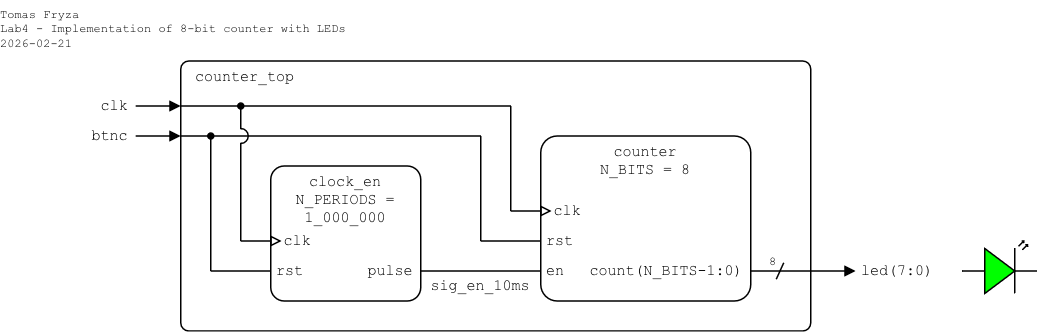
Earlier version of the draw.io export lab4-counter/images/top-level_ver1.png (tomas-fryza/vhdl-examples). Source tidied: cells renumbered, new cells last; positions are measured from the earlier drawing's top-left corner, leaving out a move shared by most shapes.
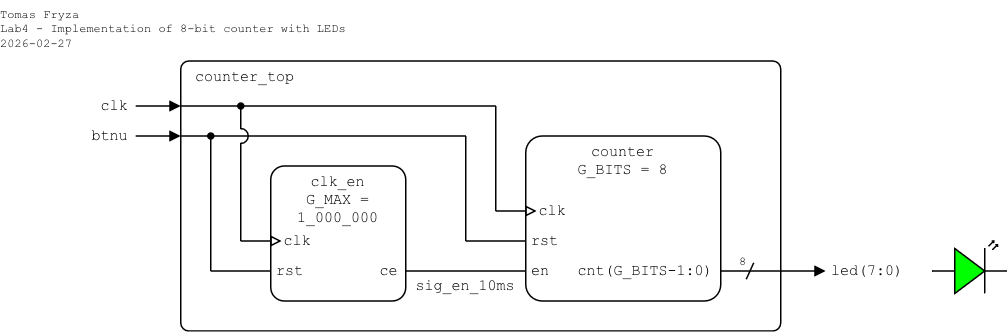
After the commit.

The edit, as a diff of the source:
```diff
@@ -3,153 +3,153 @@
     <mxCell id="0" />
     <mxCell id="1" parent="0" />
     <mxCell id="2" value="counter_top" style="rounded=1;arcSize=3;whiteSpace=wrap;html=1;align=left;verticalAlign=top;fontFamily=Courier New;absoluteArcSize=0;fillColor=none;fontSize=10;spacingLeft=10;imageHeight=24;spacing=0;" parent="1" vertex="1">
-      <mxGeometry x="120" y="40" width="420" height="180" as="geometry" />
+      <mxGeometry x="120" y="120" width="400" height="180" as="geometry" />
     </mxCell>
     <mxCell id="3" style="endArrow=none;html=1;rounded=0;endFill=1;endSize=5;startSize=5;startFill=0;" parent="1" edge="1">
       <mxGeometry relative="1" as="geometry">
-        <mxPoint x="120" y="90" as="sourcePoint" />
-        <mxPoint x="320" y="90" as="targetPoint" />
+        <mxPoint x="120" y="170" as="sourcePoint" />
+        <mxPoint x="310" y="170" as="targetPoint" />
       </mxGeometry>
     </mxCell>
     <mxCell id="4" style="endArrow=block;html=1;rounded=0;endFill=1;endSize=5;startSize=5;" parent="1" edge="1">
       <mxGeometry relative="1" as="geometry">
-        <mxPoint x="90" y="90" as="sourcePoint" />
-        <mxPoint x="120" y="90" as="targetPoint" />
+        <mxPoint x="90" y="170" as="sourcePoint" />
+        <mxPoint x="120" y="170" as="targetPoint" />
       </mxGeometry>
     </mxCell>
-    <mxCell id="5" value="&lt;div align=&quot;right&quot;&gt;btnc&lt;/div&gt;" style="text;html=1;align=right;verticalAlign=middle;whiteSpace=wrap;rounded=0;fontFamily=Courier New;fontSize=10;fillOpacity=100;spacing=0;spacingLeft=0;spacingRight=5;" parent="1" vertex="1">
-      <mxGeometry x="50" y="80" width="39.6" height="20" as="geometry" />
+    <mxCell id="5" value="&lt;div align=&quot;right&quot;&gt;btnu&lt;/div&gt;" style="text;html=1;align=right;verticalAlign=middle;whiteSpace=wrap;rounded=0;fontFamily=Courier New;fontSize=10;fillOpacity=100;spacing=0;spacingLeft=0;spacingRight=5;" parent="1" vertex="1">
+      <mxGeometry x="50" y="160" width="39.6" height="20" as="geometry" />
     </mxCell>
     <mxCell id="6" style="endArrow=none;html=1;rounded=0;startArrow=none;startFill=0;endSize=4;startSize=4;" parent="1" edge="1">
       <mxGeometry relative="1" as="geometry">
-        <mxPoint x="340" y="140" as="sourcePoint" />
-        <mxPoint x="340" y="70" as="targetPoint" />
+        <mxPoint x="330" y="220" as="sourcePoint" />
+        <mxPoint x="330" y="150" as="targetPoint" />
       </mxGeometry>
     </mxCell>
     <mxCell id="7" style="endArrow=block;html=1;rounded=0;endFill=1;orthogonal=1;endSize=5;startSize=5;" parent="1" edge="1">
       <mxGeometry relative="1" as="geometry">
-        <mxPoint x="500" y="180" as="sourcePoint" />
-        <mxPoint x="570" y="180" as="targetPoint" />
+        <mxPoint x="480" y="260" as="sourcePoint" />
+        <mxPoint x="550" y="260" as="targetPoint" />
       </mxGeometry>
     </mxCell>
     <mxCell id="8" value="led(7:0)" style="text;html=1;align=left;verticalAlign=middle;whiteSpace=wrap;rounded=0;fontFamily=Courier New;fontSize=10;fillOpacity=100;spacing=0;spacingLeft=5;" parent="1" vertex="1">
-      <mxGeometry x="569.3" y="170" width="60.6" height="20" as="geometry" />
+      <mxGeometry x="549.3" y="250" width="60.6" height="20" as="geometry" />
     </mxCell>
     <mxCell id="9" style="endArrow=block;html=1;rounded=0;endFill=1;endSize=5;startSize=5;" parent="1" edge="1">
       <mxGeometry relative="1" as="geometry">
-        <mxPoint x="90" y="70" as="sourcePoint" />
-        <mxPoint x="120" y="70" as="targetPoint" />
+        <mxPoint x="90" y="150" as="sourcePoint" />
+        <mxPoint x="120" y="150" as="targetPoint" />
       </mxGeometry>
     </mxCell>
     <mxCell id="10" value="clk" style="text;html=1;align=right;verticalAlign=middle;whiteSpace=wrap;rounded=0;fontFamily=Courier New;fontSize=10;fillOpacity=100;spacing=0;spacingLeft=0;spacingRight=5;" parent="1" vertex="1">
-      <mxGeometry x="60" y="60" width="30" height="20" as="geometry" />
+      <mxGeometry x="60" y="140" width="30" height="20" as="geometry" />
     </mxCell>
     <mxCell id="11" style="endArrow=none;html=1;rounded=0;startArrow=none;startFill=0;endSize=4;startSize=4;" parent="1" edge="1">
       <mxGeometry relative="1" as="geometry">
-        <mxPoint x="320" y="90" as="sourcePoint" />
-        <mxPoint x="320" y="160" as="targetPoint" />
+        <mxPoint x="310" y="170" as="sourcePoint" />
+        <mxPoint x="310" y="240" as="targetPoint" />
       </mxGeometry>
     </mxCell>
-    <mxCell id="12" value="&lt;div&gt;counter&lt;/div&gt;&lt;div&gt;N_BITS = 8&lt;/div&gt;" style="rounded=1;arcSize=10;align=center;verticalAlign=top;fontFamily=Courier New;absoluteArcSize=0;fillColor=none;fixDash=0;fontSize=10;spacingLeft=0;labelBorderColor=none;spacingTop=0;spacing=0;labelBackgroundColor=none;whiteSpace=wrap;html=1;strokeWidth=1;shadow=0;glass=0;" parent="1" vertex="1">
-      <mxGeometry x="360" y="90" width="140" height="110" as="geometry" />
+    <mxCell id="12" value="&lt;div&gt;counter&lt;/div&gt;&lt;div&gt;G_BITS = 8&lt;/div&gt;" style="rounded=1;arcSize=10;align=center;verticalAlign=top;fontFamily=Courier New;absoluteArcSize=0;fillColor=none;fixDash=0;fontSize=10;spacingLeft=0;labelBorderColor=none;spacingTop=0;spacing=0;labelBackgroundColor=none;whiteSpace=wrap;html=1;strokeWidth=1;shadow=0;glass=0;" parent="1" vertex="1">
+      <mxGeometry x="350" y="170" width="130" height="110" as="geometry" />
     </mxCell>
     <mxCell id="13" value="rst" style="text;html=1;align=left;verticalAlign=middle;whiteSpace=wrap;rounded=0;fontFamily=Courier New;fontSize=10;fillOpacity=100;spacingLeft=5;spacing=0;" parent="1" vertex="1">
-      <mxGeometry x="359.4" y="150" width="30.6" height="20" as="geometry" />
+      <mxGeometry x="349.4" y="230" width="30.6" height="20" as="geometry" />
     </mxCell>
     <mxCell id="14" value="clk" style="text;html=1;align=left;verticalAlign=middle;whiteSpace=wrap;rounded=0;fontFamily=Courier New;fontSize=10;fillOpacity=100;spacing=0;spacingLeft=10;" parent="1" vertex="1">
-      <mxGeometry x="359.4" y="130" width="40.6" height="20" as="geometry" />
+      <mxGeometry x="349.4" y="210" width="40.6" height="20" as="geometry" />
     </mxCell>
     <mxCell id="15" style="endArrow=none;html=1;rounded=0;endFill=0;endSize=5;startSize=5;" parent="1" edge="1">
       <mxGeometry relative="1" as="geometry">
-        <mxPoint x="280" y="180" as="sourcePoint" />
-        <mxPoint x="360" y="180" as="targetPoint" />
+        <mxPoint x="270" y="260" as="sourcePoint" />
+        <mxPoint x="350" y="260" as="targetPoint" />
       </mxGeometry>
     </mxCell>
     <mxCell id="16" style="endArrow=block;html=1;rounded=0;endFill=0;endSize=5;startSize=5;" parent="1" edge="1">
       <mxGeometry relative="1" as="geometry">
-        <mxPoint x="340" y="140" as="sourcePoint" />
-        <mxPoint x="367.2" y="140" as="targetPoint" />
+        <mxPoint x="330" y="220" as="sourcePoint" />
+        <mxPoint x="357.2" y="220" as="targetPoint" />
       </mxGeometry>
     </mxCell>
-    <mxCell id="17" value="count(N_BITS-1:0)" style="text;html=1;align=right;verticalAlign=middle;whiteSpace=wrap;rounded=0;fontFamily=Courier New;fontSize=10;fillOpacity=100;spacing=0;spacingRight=5;" parent="1" vertex="1">
-      <mxGeometry x="390" y="170" width="110" height="20" as="geometry" />
+    <mxCell id="17" value="cnt(G_BITS-1:0)" style="text;html=1;align=right;verticalAlign=middle;whiteSpace=wrap;rounded=0;fontFamily=Courier New;fontSize=10;fillOpacity=100;spacing=0;spacingRight=5;" parent="1" vertex="1">
+      <mxGeometry x="370" y="250" width="110" height="20" as="geometry" />
     </mxCell>
     <mxCell id="18" value="en" style="text;html=1;align=left;verticalAlign=middle;whiteSpace=wrap;rounded=0;fontFamily=Courier New;fontSize=10;fillOpacity=100;spacingLeft=5;spacing=0;" parent="1" vertex="1">
-      <mxGeometry x="359.4" y="170" width="30.6" height="20" as="geometry" />
+      <mxGeometry x="349.4" y="250" width="30.6" height="20" as="geometry" />
     </mxCell>
     <mxCell id="19" style="endArrow=none;html=1;rounded=0;endFill=0;endSize=5;startSize=5;" parent="1" edge="1">
       <mxGeometry relative="1" as="geometry">
-        <mxPoint x="320" y="160" as="sourcePoint" />
-        <mxPoint x="360" y="160" as="targetPoint" />
+        <mxPoint x="310" y="240" as="sourcePoint" />
+        <mxPoint x="350" y="240" as="targetPoint" />
       </mxGeometry>
     </mxCell>
     <mxCell id="20" style="endArrow=none;html=1;rounded=0;endFill=0;endSize=5;startSize=5;" parent="1" edge="1">
       <mxGeometry relative="1" as="geometry">
-        <mxPoint x="120" y="70" as="sourcePoint" />
-        <mxPoint x="340" y="70" as="targetPoint" />
+        <mxPoint x="120" y="150" as="sourcePoint" />
+        <mxPoint x="330" y="150" as="targetPoint" />
       </mxGeometry>
     </mxCell>
     <mxCell id="21" value="sig_en_10ms" style="text;html=1;align=center;verticalAlign=middle;whiteSpace=wrap;rounded=0;fontFamily=Courier New;fontSize=10;fillOpacity=100;spacing=0;spacingLeft=0;" parent="1" vertex="1">
-      <mxGeometry x="280" y="185" width="80" height="10" as="geometry" />
+      <mxGeometry x="270" y="265" width="80" height="10" as="geometry" />
     </mxCell>
-    <mxCell id="22" value="clock_en&lt;div&gt;N_PERIODS = 1_000_000&lt;br&gt;&lt;/div&gt;" style="rounded=1;arcSize=10;align=center;verticalAlign=top;fontFamily=Courier New;absoluteArcSize=0;fillColor=none;fixDash=0;fontSize=10;spacingLeft=0;labelBorderColor=none;spacingTop=0;spacing=0;labelBackgroundColor=none;whiteSpace=wrap;html=1;strokeWidth=1;shadow=0;glass=0;" parent="1" vertex="1">
-      <mxGeometry x="180" y="110" width="100" height="90" as="geometry" />
+    <mxCell id="22" value="clk_en&lt;div&gt;G_MAX =&lt;br&gt;1_000_000&lt;br&gt;&lt;/div&gt;" style="rounded=1;arcSize=10;align=center;verticalAlign=top;fontFamily=Courier New;absoluteArcSize=0;fillColor=none;fixDash=0;fontSize=10;spacingLeft=0;labelBorderColor=none;spacingTop=0;spacing=0;labelBackgroundColor=none;whiteSpace=wrap;html=1;strokeWidth=1;shadow=0;glass=0;" parent="1" vertex="1">
+      <mxGeometry x="180" y="190" width="90" height="90" as="geometry" />
     </mxCell>
     <mxCell id="23" value="rst" style="text;html=1;align=left;verticalAlign=middle;whiteSpace=wrap;rounded=0;fontFamily=Courier New;fontSize=10;fillOpacity=100;spacingLeft=5;spacing=0;" parent="1" vertex="1">
-      <mxGeometry x="179.4" y="170" width="30.6" height="20" as="geometry" />
+      <mxGeometry x="179.4" y="250" width="30.6" height="20" as="geometry" />
     </mxCell>
     <mxCell id="24" value="clk" style="text;html=1;align=left;verticalAlign=middle;whiteSpace=wrap;rounded=0;fontFamily=Courier New;fontSize=10;fillOpacity=100;spacing=0;spacingLeft=10;" parent="1" vertex="1">
-      <mxGeometry x="179.4" y="150" width="30.6" height="20" as="geometry" />
+      <mxGeometry x="179.4" y="230" width="30.6" height="20" as="geometry" />
     </mxCell>
     <mxCell id="25" style="endArrow=block;html=1;rounded=0;endFill=0;endSize=5;startSize=5;" parent="1" edge="1">
       <mxGeometry relative="1" as="geometry">
-        <mxPoint x="160" y="160" as="sourcePoint" />
-        <mxPoint x="187.2" y="160" as="targetPoint" />
+        <mxPoint x="160" y="240" as="sourcePoint" />
+        <mxPoint x="187.2" y="240" as="targetPoint" />
       </mxGeometry>
     </mxCell>
-    <mxCell id="26" value="pulse" style="text;html=1;align=right;verticalAlign=middle;whiteSpace=wrap;rounded=0;fontFamily=Courier New;fontSize=10;fillOpacity=100;spacing=0;spacingRight=5;" parent="1" vertex="1">
-      <mxGeometry x="240" y="170" width="40" height="20" as="geometry" />
+    <mxCell id="26" value="ce" style="text;html=1;align=right;verticalAlign=middle;whiteSpace=wrap;rounded=0;fontFamily=Courier New;fontSize=10;fillOpacity=100;spacing=0;spacingRight=5;" parent="1" vertex="1">
+      <mxGeometry x="240" y="250" width="30" height="20" as="geometry" />
     </mxCell>
     <mxCell id="27" style="endArrow=none;html=1;rounded=0;endFill=0;endSize=5;startSize=5;" parent="1" edge="1">
       <mxGeometry relative="1" as="geometry">
-        <mxPoint x="140" y="180" as="sourcePoint" />
-        <mxPoint x="180" y="180" as="targetPoint" />
+        <mxPoint x="140" y="260" as="sourcePoint" />
+        <mxPoint x="180" y="260" as="targetPoint" />
       </mxGeometry>
     </mxCell>
     <mxCell id="28" style="endArrow=oval;html=1;rounded=0;startArrow=none;startFill=0;endSize=4;startSize=4;endFill=1;" parent="1" edge="1">
       <mxGeometry relative="1" as="geometry">
-        <mxPoint x="160" y="85.5" as="sourcePoint" />
-        <mxPoint x="160" y="70" as="targetPoint" />
+        <mxPoint x="160" y="165.5" as="sourcePoint" />
+        <mxPoint x="160" y="150" as="targetPoint" />
       </mxGeometry>
     </mxCell>
     <mxCell id="29" style="endArrow=none;html=1;rounded=0;startArrow=oval;startFill=1;endSize=4;startSize=4;" parent="1" edge="1">
       <mxGeometry relative="1" as="geometry">
-        <mxPoint x="140" y="90" as="sourcePoint" />
-        <mxPoint x="140" y="180" as="targetPoint" />
+        <mxPoint x="140" y="170" as="sourcePoint" />
+        <mxPoint x="140" y="260" as="targetPoint" />
       </mxGeometry>
     </mxCell>
     <mxCell id="30" style="verticalLabelPosition=bottom;verticalAlign=top;html=1;shape=mxgraph.basic.arc;startAngle=0.75;endAngle=0.25;rotation=90;" parent="1" vertex="1">
-      <mxGeometry x="155" y="85" width="10" height="10" as="geometry" />
+      <mxGeometry x="155" y="165" width="10" height="10" as="geometry" />
     </mxCell>
     <mxCell id="31" style="verticalLabelPosition=bottom;shadow=0;dashed=0;align=center;html=1;verticalAlign=top;shape=mxgraph.electrical.opto_electronics.led_2;fillColor=#00FF00;" parent="1" vertex="1">
-      <mxGeometry x="641" y="160" width="50" height="35" as="geometry" />
+      <mxGeometry x="621" y="240" width="50" height="35" as="geometry" />
     </mxCell>
     <mxCell id="32" style="endArrow=none;html=1;rounded=0;startArrow=none;startFill=0;endSize=4;startSize=4;" parent="1" edge="1">
       <mxGeometry relative="1" as="geometry">
-        <mxPoint x="160" y="94.5" as="sourcePoint" />
-        <mxPoint x="160" y="160" as="targetPoint" />
+        <mxPoint x="160" y="174.5" as="sourcePoint" />
+        <mxPoint x="160" y="240" as="targetPoint" />
       </mxGeometry>
     </mxCell>
-    <mxCell id="33" value="&lt;div&gt;Tomas Fryza&lt;/div&gt;&lt;div&gt;Lab4 - Implementation of 8-bit counter with LEDs&lt;/div&gt;&lt;div&gt;2026-02-21&lt;/div&gt;" style="text;html=1;align=left;verticalAlign=top;whiteSpace=wrap;rounded=0;fontFamily=Courier New;fontSize=8;fillOpacity=100;spacing=0;spacingLeft=0;" parent="1" vertex="1">
-      <mxGeometry width="240" height="40" as="geometry" />
+    <mxCell id="33" value="&lt;div&gt;Tomas Fryza&lt;/div&gt;&lt;div&gt;Lab4 - Implementation of 8-bit counter with LEDs&lt;/div&gt;&lt;div&gt;2026-02-27&lt;/div&gt;" style="text;html=1;align=left;verticalAlign=top;whiteSpace=wrap;rounded=0;fontFamily=Courier New;fontSize=8;fillOpacity=100;spacing=0;spacingLeft=0;" parent="1" vertex="1">
+      <mxGeometry y="80" width="240" height="40" as="geometry" />
     </mxCell>
     <mxCell id="34" value="8" style="text;html=1;align=center;verticalAlign=middle;whiteSpace=wrap;rounded=0;fontFamily=Courier New;fontSize=8;fillOpacity=100;spacing=2;spacingRight=0;" parent="1" vertex="1">
-      <mxGeometry x="510" y="164" width="10" height="20" as="geometry" />
+      <mxGeometry x="490" y="244" width="10" height="20" as="geometry" />
     </mxCell>
     <mxCell id="35" style="endArrow=none;html=1;rounded=0;startArrow=none;startFill=0;endSize=4;startSize=4;" parent="1" edge="1">
       <mxGeometry relative="1" as="geometry">
-        <mxPoint x="522" y="174.5" as="sourcePoint" />
-        <mxPoint x="517" y="185.5" as="targetPoint" />
+        <mxPoint x="502" y="254.5" as="sourcePoint" />
+        <mxPoint x="497" y="265.5" as="targetPoint" />
       </mxGeometry>
     </mxCell>
   </root>
```
